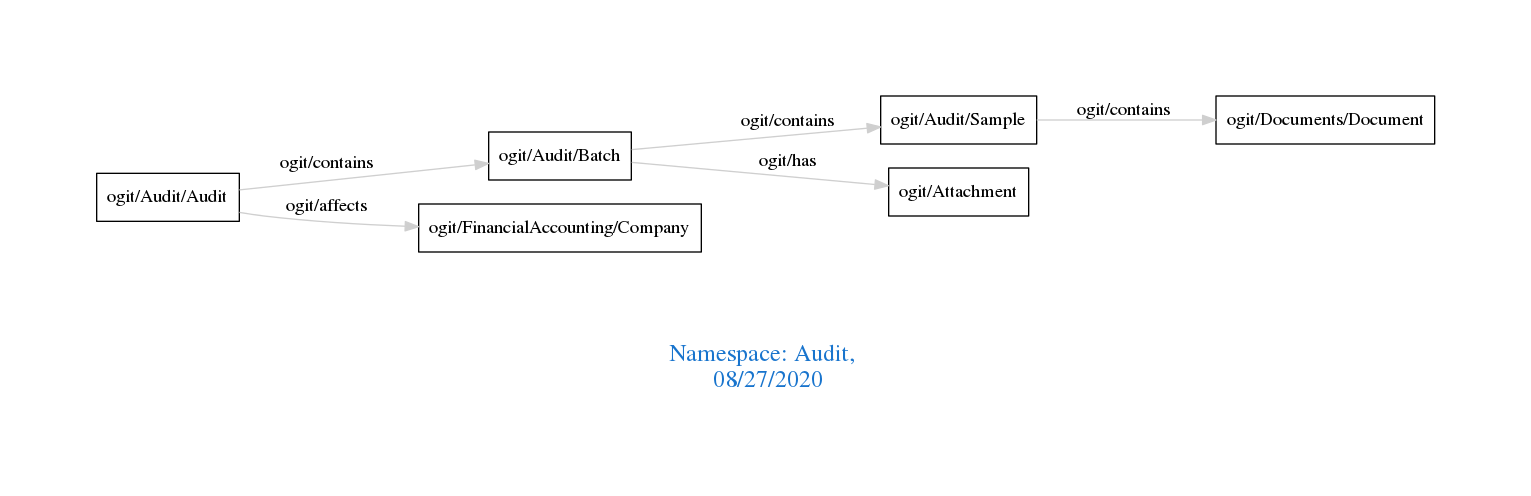
This is downloads/Audit.png from arago/OGIT, a Graphviz export, as it was before one commit. Its source is kept beside it as downloads/Audit.dot.
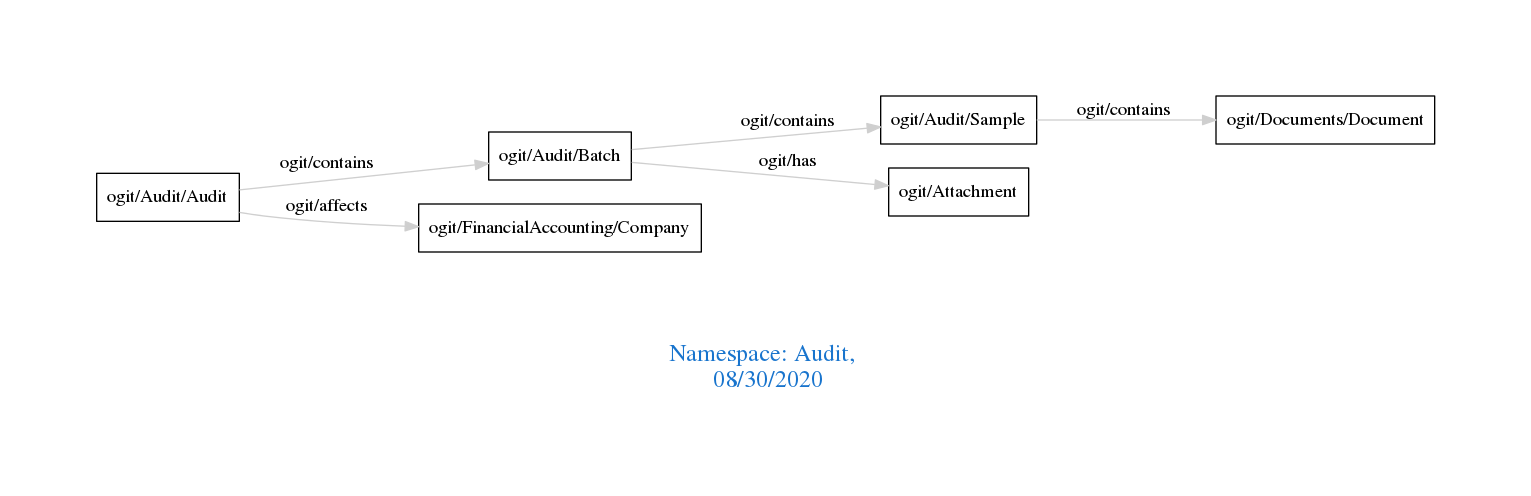
Later version of the same file.

What changed in the source:
```diff
@@ -1,7 +1,7 @@
 digraph OGIT_ontology {
  graph [ rankdir= LR,pad=1
 fontsize = 18,
-fontcolor= dodgerblue3,label = "\n\n\nNamespace: Audit, \n 08/27/2020"];
+fontcolor= dodgerblue3,label = "\n\n\nNamespace: Audit, \n 08/30/2020"];
 node[shape=polygon];
 edge [  color="gray81"];
 
```
